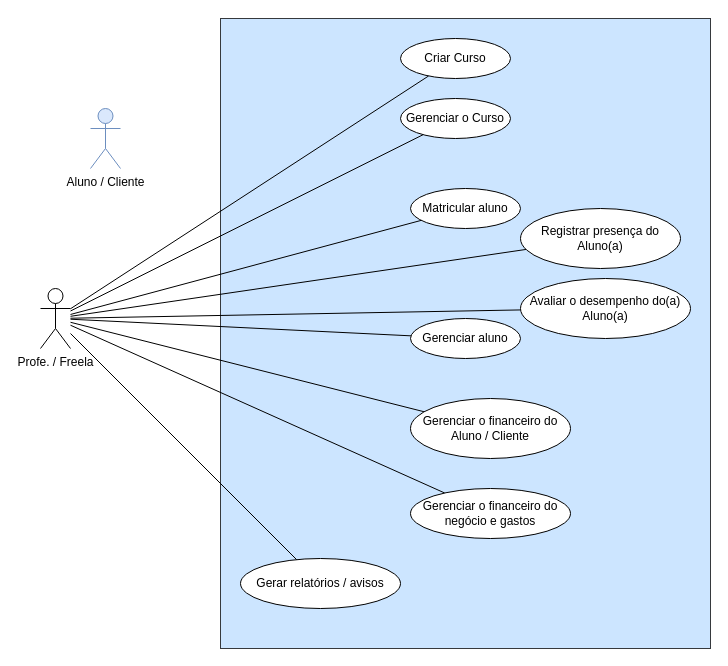
This is page "Caso de Uso" (1 of 6) of docs/_backend_docs/diagramas/UML.drawio from Vitor-rs/AgePlan_backend_project, a draw.io file, before an edit. Source tidied: cells renumbered, new cells numbered last; positions are measured from the earlier drawing's top-left corner, leaving out a move shared by most shapes. Both pictures are drawn from the tidied source at 100%, with x=0, y=0 at pixel (40, 18).
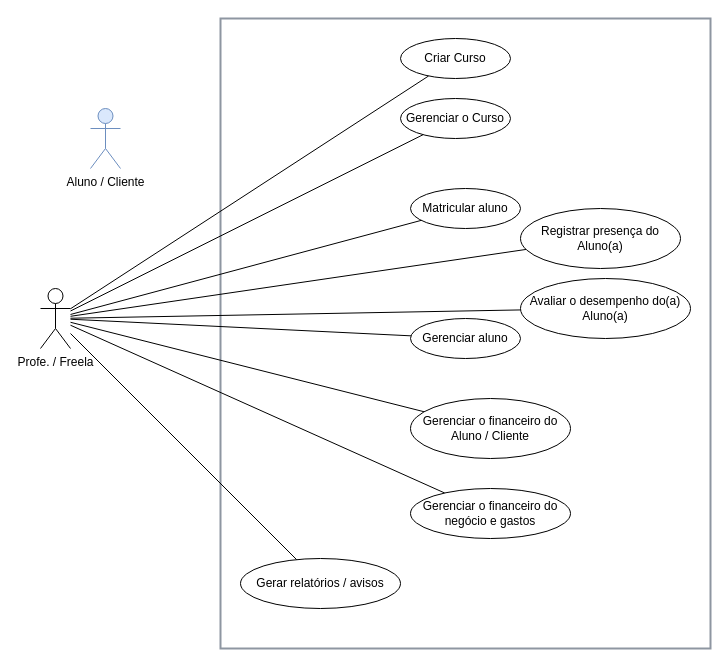
The same page after the edit.

Diff of the diagram source:
```diff
@@
-    <mxCell id="2" style="whiteSpace=wrap;html=1;fillColor=#cce5ff;strokeColor=#36393d;" parent="1" vertex="1">
+    <mxCell id="2" style="whiteSpace=wrap;html=1;fillColor=none;strokeColor=#8E96A1;perimeterSpacing=0;strokeWidth=2;" parent="1" vertex="1">
       <mxGeometry x="180" width="490" height="630" as="geometry" />
     </mxCell>
```
